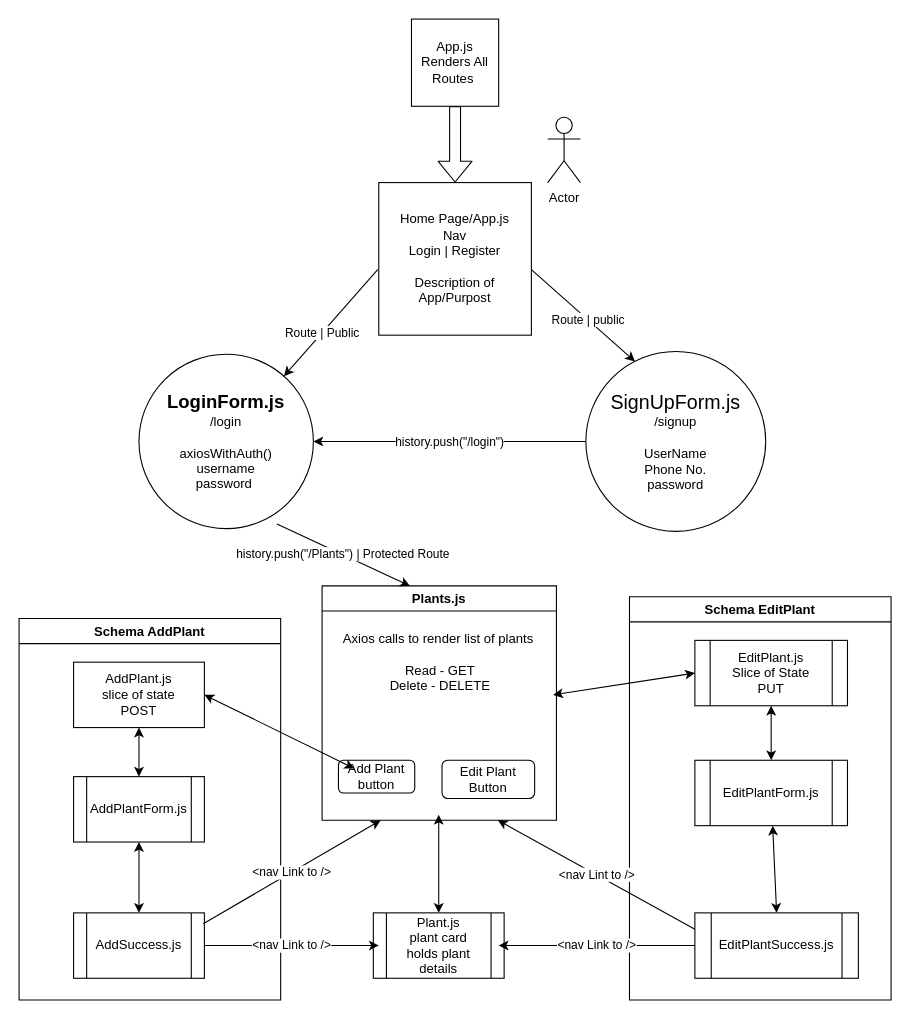
The draw.io diagram chart.drawio in Build-Week-092021-Water-My-Plants/frontend, before the edit. Source tidied: cells renumbered, new cells numbered last; positions are measured from the earlier drawing's top-left corner, leaving out a move shared by most shapes. Both pictures are drawn from the tidied source at 109%, with x=0, y=0 at pixel (19, 19).
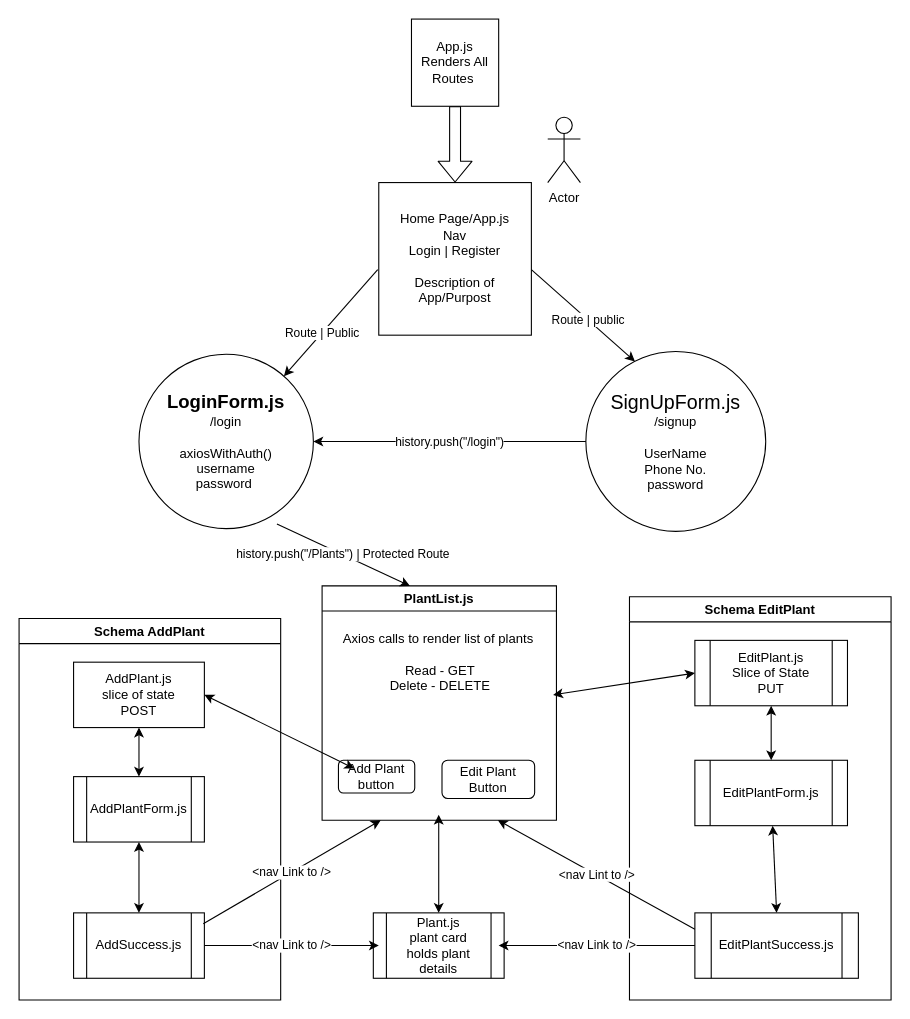
The same page after the edit.

Change to the diagram source:
```diff
@@
-    <mxCell id="7" value="Plants.js" style="swimlane;" parent="1" vertex="1">
+    <mxCell id="7" value="PlantList.js" style="swimlane;" parent="1" vertex="1">
       <mxGeometry x="278" y="520" width="215" height="215" as="geometry" />
     </mxCell>
```
